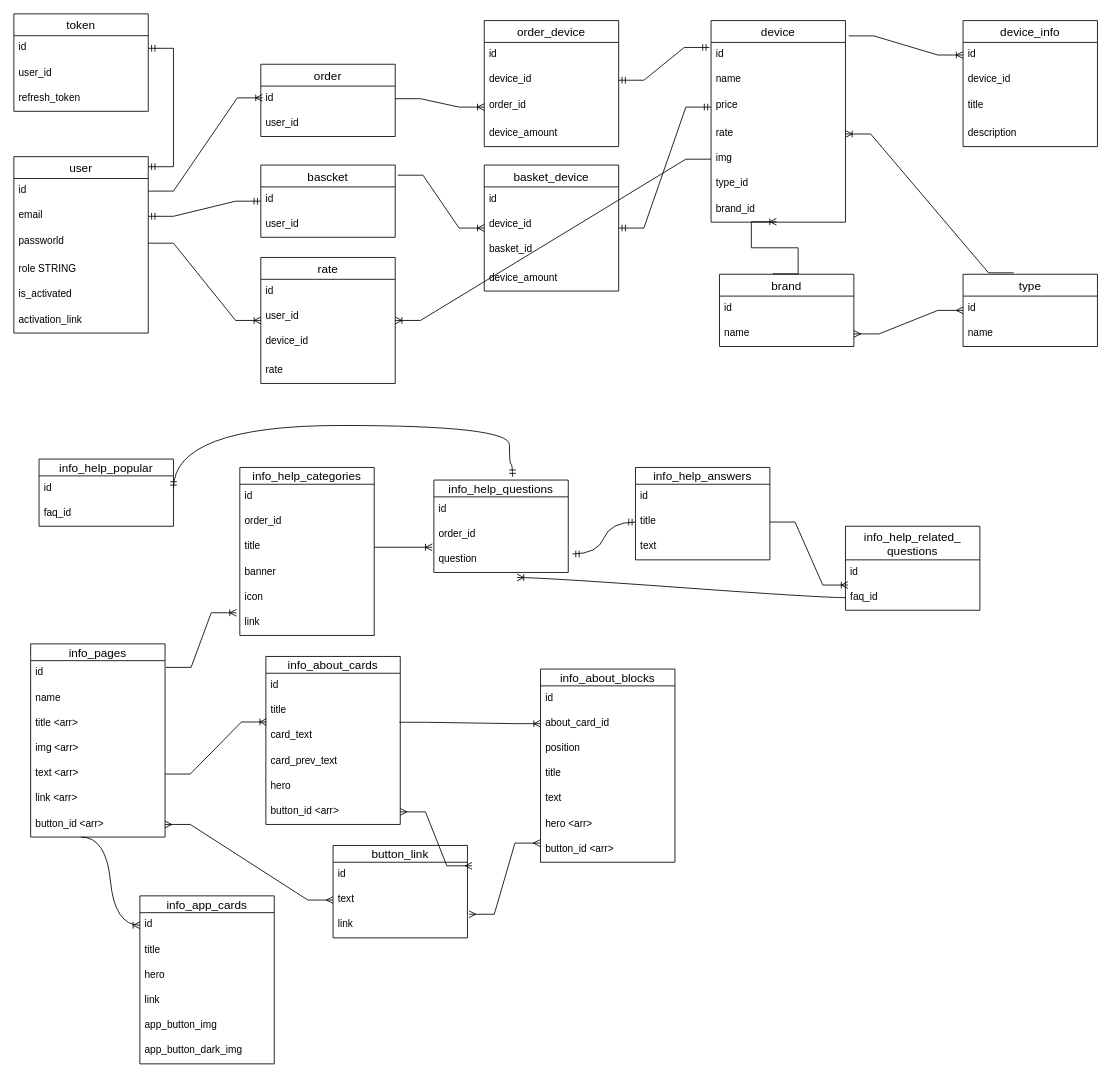
Earlier version of the draw.io diagram server/models/db_diagram.drawio (zaxel/react_simple_shop). Source tidied: cells renumbered, new cells numbered last; positions are measured from the earlier drawing's top-left corner, leaving out a move shared by most shapes. Both pictures are drawn from the tidied source at 84%, with x=0, y=0 at pixel (13, 13).
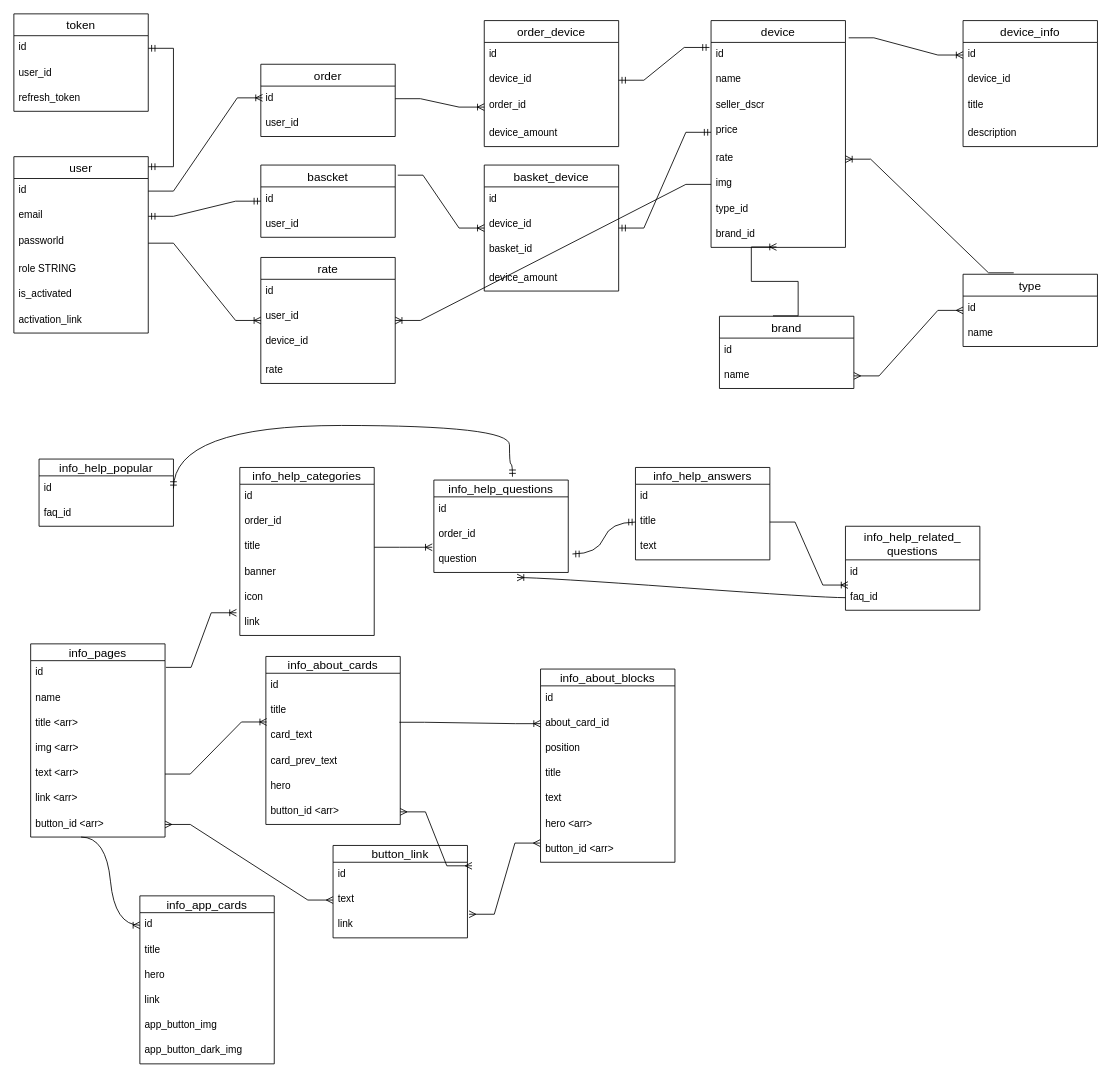
The same page after the edit.

Commit message (it also covers changes not shown here):
change image data in the database from string to JSON for image carousel support. add item description field for sellers in the database. update database diagram to reflect recent changes.

Diff of the diagram source:
```diff
@@
     <mxCell id="13" value="device" style="swimlane;fontStyle=0;horizontal=1;startSize=26;align=center;fontSize=14;" parent="1" vertex="1">
-      <mxGeometry x="830" y="8" width="160" height="240" as="geometry" />
+      <mxGeometry x="830" y="8" width="160" height="270" as="geometry" />
     </mxCell>
@@
-    <mxCell id="15" value="name" style="text;strokeColor=none;fillColor=none;spacingLeft=4;spacingRight=4;overflow=hidden;fontSize=12;" parent="13" vertex="1">
+    <mxCell id="15" value="name&#10;&#10;&#10;&#10;&#10;&#10;&#10;&#10;&#10;&#10;" style="text;strokeColor=none;fillColor=none;spacingLeft=4;spacingRight=4;overflow=hidden;fontSize=12;" parent="13" vertex="1">
       <mxGeometry y="56" width="160" height="30" as="geometry" />
     </mxCell>
+    <mxCell id="133" value="seller_dscr&#10;" style="text;strokeColor=none;fillColor=none;spacingLeft=4;spacingRight=4;overflow=hidden;fontSize=12;" parent="13" vertex="1">
+      <mxGeometry y="86" width="160" height="30" as="geometry" />
+    </mxCell>
     <mxCell id="16" value="price" style="text;strokeColor=none;fillColor=none;spacingLeft=4;spacingRight=4;overflow=hidden;points=[[0,0.5],[1,0.5]];portConstraint=eastwest;fontSize=12;" parent="13" vertex="1">
-      <mxGeometry y="86" width="160" height="34" as="geometry" />
+      <mxGeometry y="116" width="160" height="34" as="geometry" />
     </mxCell>
     <mxCell id="17" value="rate" style="text;strokeColor=none;fillColor=none;spacingLeft=4;spacingRight=4;overflow=hidden;points=[[0,0.5],[1,0.5]];portConstraint=eastwest;fontSize=12;" parent="13" vertex="1">
-      <mxGeometry y="120" width="160" height="30" as="geometry" />
+      <mxGeometry y="150" width="160" height="30" as="geometry" />
     </mxCell>
     <mxCell id="18" value="img" style="text;strokeColor=none;fillColor=none;spacingLeft=4;spacingRight=4;overflow=hidden;points=[[0,0.5],[1,0.5]];portConstraint=eastwest;fontSize=12;" parent="13" vertex="1">
-      <mxGeometry y="150" width="160" height="30" as="geometry" />
+      <mxGeometry y="180" width="160" height="30" as="geometry" />
     </mxCell>
     <mxCell id="19" value="type_id" style="text;strokeColor=none;fillColor=none;spacingLeft=4;spacingRight=4;overflow=hidden;fontSize=12;" parent="13" vertex="1">
-      <mxGeometry y="180" width="160" height="30" as="geometry" />
+      <mxGeometry y="210" width="160" height="30" as="geometry" />
     </mxCell>
     <mxCell id="20" value="brand_id" style="text;strokeColor=none;fillColor=none;spacingLeft=4;spacingRight=4;overflow=hidden;points=[[0,0.5],[1,0.5]];portConstraint=eastwest;fontSize=12;" parent="13" vertex="1">
-      <mxGeometry y="210" width="160" height="30" as="geometry" />
+      <mxGeometry y="240" width="160" height="30" as="geometry" />
     </mxCell>
@@
     <mxCell id="24" value="brand" style="swimlane;fontStyle=0;horizontal=1;startSize=26;align=center;fontSize=14;" parent="1" vertex="1">
-      <mxGeometry x="840" y="310" width="160" height="86" as="geometry" />
+      <mxGeometry x="840" y="360" width="160" height="86" as="geometry" />
     </mxCell>
```
